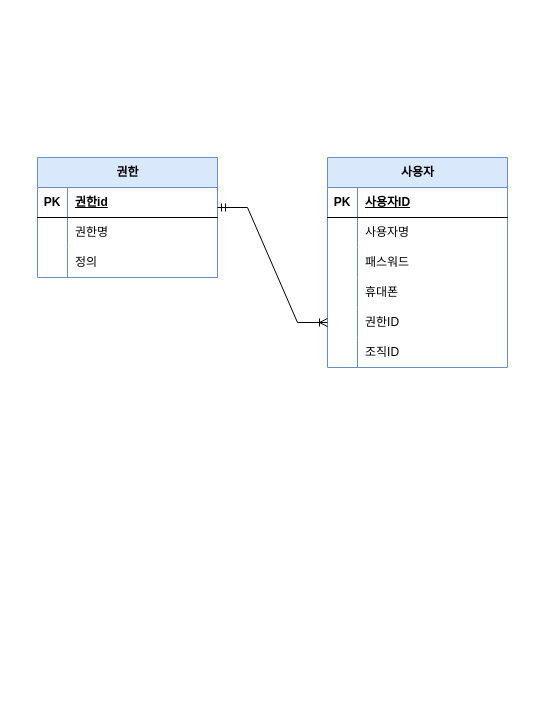
Before: page "페이지-3" (3 of 3) of 제목 없는 다이어그램.drawio in wishholic/ERD, a draw.io diagram. Source tidied: cells renumbered, new cells numbered last; positions are measured from the earlier drawing's top-left corner, leaving out a move shared by most shapes. Both pictures are drawn from the tidied source at 100%, with x=0, y=0 at pixel (37, 157).
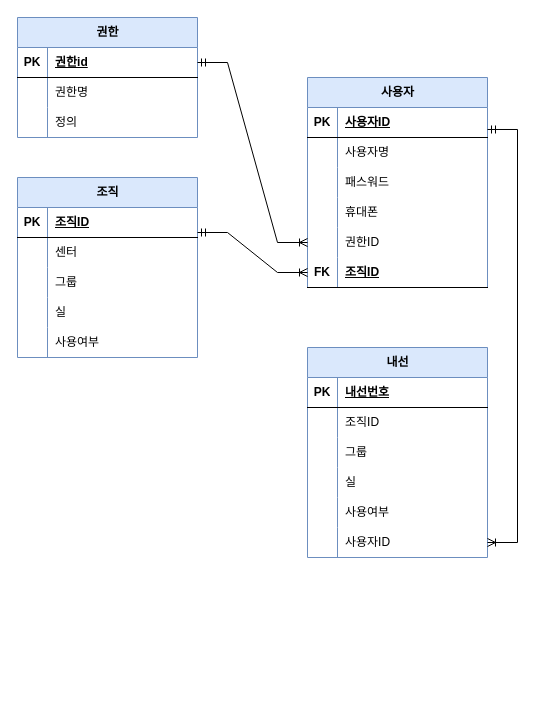
Above is the later version.

Commit message:
제목 없는 다이어그램.drawio 업데이트

The change refers to these unchanged cells:
```xml
<mxCell id="3" style="shape=tableRow;horizontal=0;startSize=0;swimlaneHead=0;swimlaneBody=0;fillColor=none;points=[[0,0.5],[1,0.5]];portConstraint=eastwest;top=0;left=0;right=0;bottom=1;" parent="2" vertex="1">
  <mxGeometry y="30" width="180" height="30" as="geometry" />
</mxCell>
<mxCell id="13" style="shape=tableRow;horizontal=0;startSize=0;swimlaneHead=0;swimlaneBody=0;fillColor=none;points=[[0,0.5],[1,0.5]];portConstraint=eastwest;top=0;left=0;right=0;bottom=1;" parent="12" vertex="1">
  <mxGeometry y="30" width="180" height="30" as="geometry" />
</mxCell>
```

What changed in the source:
```diff
@@
     <mxCell id="2" value="권한" style="shape=table;startSize=30;childLayout=tableLayout;rowLines=0;fontStyle=1;align=center;html=1;fillColor=#dae8fc;strokeColor=#6c8ebf;" parent="1" vertex="1">
-      <mxGeometry width="180" height="120" as="geometry" />
+      <mxGeometry x="-20" y="-140" width="180" height="120" as="geometry" />
     </mxCell>
@@
     <mxCell id="12" value="사용자" style="shape=table;startSize=30;childLayout=tableLayout;rowLines=0;fontStyle=1;align=center;html=1;fillColor=#dae8fc;strokeColor=#6c8ebf;" parent="1" vertex="1">
-      <mxGeometry x="290" width="180" height="210" as="geometry" />
+      <mxGeometry x="270" y="-80" width="180" height="210" as="geometry" />
     </mxCell>
@@
-    <mxCell id="25" style="shape=tableRow;horizontal=0;startSize=0;swimlaneHead=0;swimlaneBody=0;fillColor=none;points=[[0,0.5],[1,0.5]];portConstraint=eastwest;top=0;left=0;right=0;bottom=0;" parent="12" vertex="1">
-      <mxGeometry y="150" width="180" height="30" as="geometry" />
-    </mxCell>
-    <mxCell id="26" style="shape=partialRectangle;fillColor=none;top=0;left=0;bottom=0;right=0;overflow=hidden;whiteSpace=wrap;html=1;" parent="25" vertex="1">
-      <mxGeometry width="30" height="30" as="geometry" />
-    </mxCell>
-    <mxCell id="27" value="권한ID" style="shape=partialRectangle;fillColor=none;top=0;left=0;bottom=0;right=0;align=left;spacingLeft=6;overflow=hidden;whiteSpace=wrap;html=1;" parent="25" vertex="1">
-      <mxGeometry x="30" width="150" height="30" as="geometry" />
-    </mxCell>
     <mxCell id="28" style="shape=tableRow;horizontal=0;startSize=0;swimlaneHead=0;swimlaneBody=0;fillColor=none;points=[[0,0.5],[1,0.5]];portConstraint=eastwest;top=0;left=0;right=0;bottom=0;" parent="12" vertex="1">
-      <mxGeometry y="180" width="180" height="30" as="geometry" />
+      <mxGeometry y="150" width="180" height="30" as="geometry" />
     </mxCell>
@@
-    <mxCell id="30" value="조직ID" style="shape=partialRectangle;fillColor=none;top=0;left=0;bottom=0;right=0;align=left;spacingLeft=6;overflow=hidden;whiteSpace=wrap;html=1;" parent="28" vertex="1">
+    <mxCell id="30" value="권한ID" style="shape=partialRectangle;fillColor=none;top=0;left=0;bottom=0;right=0;align=left;spacingLeft=6;overflow=hidden;whiteSpace=wrap;html=1;" parent="28" vertex="1">
       <mxGeometry x="30" width="150" height="30" as="geometry" />
     </mxCell>
+    <mxCell id="32" style="shape=tableRow;horizontal=0;startSize=0;swimlaneHead=0;swimlaneBody=0;fillColor=none;points=[[0,0.5],[1,0.5]];portConstraint=eastwest;top=0;left=0;right=0;bottom=1;" parent="12" vertex="1">
+      <mxGeometry y="180" width="180" height="30" as="geometry" />
+    </mxCell>
+    <mxCell id="33" value="FK" style="shape=partialRectangle;fillColor=none;top=0;left=0;bottom=0;right=0;fontStyle=1;overflow=hidden;whiteSpace=wrap;html=1;" parent="32" vertex="1">
+      <mxGeometry width="30" height="30" as="geometry" />
+    </mxCell>
+    <mxCell id="34" value="조직ID" style="shape=partialRectangle;fillColor=none;top=0;left=0;bottom=0;right=0;align=left;spacingLeft=6;fontStyle=5;overflow=hidden;whiteSpace=wrap;html=1;" parent="32" vertex="1">
+      <mxGeometry x="30" width="150" height="30" as="geometry" />
+    </mxCell>
-    <mxCell id="31" style="edgeStyle=entityRelationEdgeStyle;fontSize=12;html=1;endArrow=ERoneToMany;startArrow=ERmandOne;rounded=0;entryX=0;entryY=0.5;entryDx=0;entryDy=0;" parent="1" edge="1" target="25">
-      <mxGeometry relative="1" as="geometry">
-        <mxPoint x="180" y="50" as="sourcePoint" />
-      </mxGeometry>
+    <mxCell id="31" style="edgeStyle=entityRelationEdgeStyle;fontSize=12;html=1;endArrow=ERoneToMany;startArrow=ERmandOne;rounded=0;entryX=0;entryY=0.5;entryDx=0;entryDy=0;exitX=1;exitY=0.5;exitDx=0;exitDy=0;" parent="1" edge="1" source="3" target="28">
+      <mxGeometry relative="1" as="geometry" />
     </mxCell>
+    <mxCell id="35" style="edgeStyle=orthogonalEdgeStyle;rounded=0;orthogonalLoop=1;jettySize=auto;html=1;" parent="1" edge="1">
+      <mxGeometry relative="1" as="geometry">
+        <mxPoint x="380" y="540" as="sourcePoint" />
+        <mxPoint x="380" y="540" as="targetPoint" />
+      </mxGeometry>
+    </mxCell>
+    <mxCell id="36" value="조직" style="shape=table;startSize=30;childLayout=tableLayout;rowLines=0;fontStyle=1;align=center;html=1;fillColor=#dae8fc;strokeColor=#6c8ebf;" parent="1" vertex="1">
+      <mxGeometry x="-20" y="20" width="180" height="180" as="geometry" />
+    </mxCell>
+    <mxCell id="37" style="shape=tableRow;horizontal=0;startSize=0;swimlaneHead=0;swimlaneBody=0;fillColor=none;top=0;left=0;right=0;bottom=1;" parent="36" vertex="1">
+      <mxGeometry y="30" width="180" height="30" as="geometry" />
+    </mxCell>
+    <mxCell id="38" value="PK" style="shape=partialRectangle;fillColor=none;top=0;left=0;bottom=0;right=0;fontStyle=1;overflow=hidden;whiteSpace=wrap;html=1;" parent="37" vertex="1">
+      <mxGeometry width="30" height="30" as="geometry" />
+    </mxCell>
+    <mxCell id="39" value="조직ID" style="shape=partialRectangle;fillColor=none;top=0;left=0;bottom=0;right=0;align=left;spacingLeft=6;fontStyle=5;overflow=hidden;whiteSpace=wrap;html=1;" parent="37" vertex="1">
+      <mxGeometry x="30" width="150" height="30" as="geometry" />
+    </mxCell>
+    <mxCell id="40" style="shape=tableRow;horizontal=0;startSize=0;swimlaneHead=0;swimlaneBody=0;fillColor=none;top=0;left=0;right=0;bottom=0;" parent="36" vertex="1">
+      <mxGeometry y="60" width="180" height="30" as="geometry" />
+    </mxCell>
+    <mxCell id="41" style="shape=partialRectangle;fillColor=none;top=0;left=0;bottom=0;right=0;overflow=hidden;whiteSpace=wrap;html=1;" parent="40" vertex="1">
+      <mxGeometry width="30" height="30" as="geometry" />
+    </mxCell>
+    <mxCell id="42" value="센터" style="shape=partialRectangle;fillColor=none;top=0;left=0;bottom=0;right=0;align=left;spacingLeft=6;overflow=hidden;whiteSpace=wrap;html=1;" parent="40" vertex="1">
+      <mxGeometry x="30" width="150" height="30" as="geometry" />
+    </mxCell>
+    <mxCell id="43" style="shape=tableRow;horizontal=0;startSize=0;swimlaneHead=0;swimlaneBody=0;fillColor=none;top=0;left=0;right=0;bottom=0;" parent="36" vertex="1">
+      <mxGeometry y="90" width="180" height="30" as="geometry" />
+    </mxCell>
+    <mxCell id="44" style="shape=partialRectangle;fillColor=none;top=0;left=0;bottom=0;right=0;overflow=hidden;whiteSpace=wrap;html=1;" parent="43" vertex="1">
+      <mxGeometry width="30" height="30" as="geometry" />
+    </mxCell>
+    <mxCell id="45" value="그룹" style="shape=partialRectangle;fillColor=none;top=0;left=0;bottom=0;right=0;align=left;spacingLeft=6;overflow=hidden;whiteSpace=wrap;html=1;" parent="43" vertex="1">
+      <mxGeometry x="30" width="150" height="30" as="geometry" />
+    </mxCell>
+    <mxCell id="46" style="shape=tableRow;horizontal=0;startSize=0;swimlaneHead=0;swimlaneBody=0;fillColor=none;top=0;left=0;right=0;bottom=0;" parent="36" vertex="1">
+      <mxGeometry y="120" width="180" height="30" as="geometry" />
+    </mxCell>
+    <mxCell id="47" style="shape=partialRectangle;fillColor=none;top=0;left=0;bottom=0;right=0;overflow=hidden;whiteSpace=wrap;html=1;" parent="46" vertex="1">
+      <mxGeometry width="30" height="30" as="geometry" />
+    </mxCell>
+    <mxCell id="48" value="실" style="shape=partialRectangle;fillColor=none;top=0;left=0;bottom=0;right=0;align=left;spacingLeft=6;overflow=hidden;whiteSpace=wrap;html=1;" parent="46" vertex="1">
+      <mxGeometry x="30" width="150" height="30" as="geometry" />
+    </mxCell>
+    <mxCell id="49" style="shape=tableRow;horizontal=0;startSize=0;swimlaneHead=0;swimlaneBody=0;fillColor=none;top=0;left=0;right=0;bottom=0;" parent="36" vertex="1">
+      <mxGeometry y="150" width="180" height="30" as="geometry" />
+    </mxCell>
+    <mxCell id="50" style="shape=partialRectangle;fillColor=none;top=0;left=0;bottom=0;right=0;overflow=hidden;whiteSpace=wrap;html=1;" parent="49" vertex="1">
+      <mxGeometry width="30" height="30" as="geometry" />
+    </mxCell>
+    <mxCell id="51" value="사용여부" style="shape=partialRectangle;fillColor=none;top=0;left=0;bottom=0;right=0;align=left;spacingLeft=6;overflow=hidden;whiteSpace=wrap;html=1;" parent="49" vertex="1">
+      <mxGeometry x="30" width="150" height="30" as="geometry" />
+    </mxCell>
+    <mxCell id="52" value="내선" style="shape=table;startSize=30;childLayout=tableLayout;rowLines=0;fontStyle=1;align=center;html=1;fillColor=#dae8fc;strokeColor=#6c8ebf;" parent="1" vertex="1">
+      <mxGeometry x="270" y="190" width="180" height="210" as="geometry" />
+    </mxCell>
+    <mxCell id="53" style="shape=tableRow;horizontal=0;startSize=0;swimlaneHead=0;swimlaneBody=0;fillColor=none;top=0;left=0;right=0;bottom=1;" parent="52" vertex="1">
+      <mxGeometry y="30" width="180" height="30" as="geometry" />
+    </mxCell>
+    <mxCell id="54" value="PK" style="shape=partialRectangle;fillColor=none;top=0;left=0;bottom=0;right=0;fontStyle=1;overflow=hidden;whiteSpace=wrap;html=1;" parent="53" vertex="1">
+      <mxGeometry width="30" height="30" as="geometry" />
+    </mxCell>
+    <mxCell id="55" value="내선번호" style="shape=partialRectangle;fillColor=none;top=0;left=0;bottom=0;right=0;align=left;spacingLeft=6;fontStyle=5;overflow=hidden;whiteSpace=wrap;html=1;" parent="53" vertex="1">
+      <mxGeometry x="30" width="150" height="30" as="geometry" />
+    </mxCell>
+    <mxCell id="56" style="shape=tableRow;horizontal=0;startSize=0;swimlaneHead=0;swimlaneBody=0;fillColor=none;top=0;left=0;right=0;bottom=0;" parent="52" vertex="1">
+      <mxGeometry y="60" width="180" height="30" as="geometry" />
+    </mxCell>
+    <mxCell id="57" style="shape=partialRectangle;fillColor=none;top=0;left=0;bottom=0;right=0;overflow=hidden;whiteSpace=wrap;html=1;" parent="56" vertex="1">
+      <mxGeometry width="30" height="30" as="geometry" />
+    </mxCell>
+    <mxCell id="58" value="조직ID" style="shape=partialRectangle;fillColor=none;top=0;left=0;bottom=0;right=0;align=left;spacingLeft=6;overflow=hidden;whiteSpace=wrap;html=1;" parent="56" vertex="1">
+      <mxGeometry x="30" width="150" height="30" as="geometry" />
+    </mxCell>
+    <mxCell id="59" style="shape=tableRow;horizontal=0;startSize=0;swimlaneHead=0;swimlaneBody=0;fillColor=none;top=0;left=0;right=0;bottom=0;" parent="52" vertex="1">
+      <mxGeometry y="90" width="180" height="30" as="geometry" />
+    </mxCell>
+    <mxCell id="60" style="shape=partialRectangle;fillColor=none;top=0;left=0;bottom=0;right=0;overflow=hidden;whiteSpace=wrap;html=1;" parent="59" vertex="1">
+      <mxGeometry width="30" height="30" as="geometry" />
+    </mxCell>
+    <mxCell id="61" value="그룹" style="shape=partialRectangle;fillColor=none;top=0;left=0;bottom=0;right=0;align=left;spacingLeft=6;overflow=hidden;whiteSpace=wrap;html=1;" parent="59" vertex="1">
+      <mxGeometry x="30" width="150" height="30" as="geometry" />
+    </mxCell>
+    <mxCell id="62" style="shape=tableRow;horizontal=0;startSize=0;swimlaneHead=0;swimlaneBody=0;fillColor=none;top=0;left=0;right=0;bottom=0;" parent="52" vertex="1">
+      <mxGeometry y="120" width="180" height="30" as="geometry" />
+    </mxCell>
+    <mxCell id="63" style="shape=partialRectangle;fillColor=none;top=0;left=0;bottom=0;right=0;overflow=hidden;whiteSpace=wrap;html=1;" parent="62" vertex="1">
+      <mxGeometry width="30" height="30" as="geometry" />
+    </mxCell>
+    <mxCell id="64" value="실" style="shape=partialRectangle;fillColor=none;top=0;left=0;bottom=0;right=0;align=left;spacingLeft=6;overflow=hidden;whiteSpace=wrap;html=1;" parent="62" vertex="1">
+      <mxGeometry x="30" width="150" height="30" as="geometry" />
+    </mxCell>
+    <mxCell id="65" style="shape=tableRow;horizontal=0;startSize=0;swimlaneHead=0;swimlaneBody=0;fillColor=none;top=0;left=0;right=0;bottom=0;" parent="52" vertex="1">
+      <mxGeometry y="150" width="180" height="30" as="geometry" />
+    </mxCell>
+    <mxCell id="66" style="shape=partialRectangle;fillColor=none;top=0;left=0;bottom=0;right=0;overflow=hidden;whiteSpace=wrap;html=1;" parent="65" vertex="1">
+      <mxGeometry width="30" height="30" as="geometry" />
+    </mxCell>
+    <mxCell id="67" value="사용여부" style="shape=partialRectangle;fillColor=none;top=0;left=0;bottom=0;right=0;align=left;spacingLeft=6;overflow=hidden;whiteSpace=wrap;html=1;" parent="65" vertex="1">
+      <mxGeometry x="30" width="150" height="30" as="geometry" />
+    </mxCell>
+    <mxCell id="68" style="shape=tableRow;horizontal=0;startSize=0;swimlaneHead=0;swimlaneBody=0;fillColor=none;points=[[0,0.5],[1,0.5]];portConstraint=eastwest;top=0;left=0;right=0;bottom=0;" parent="52" vertex="1">
+      <mxGeometry y="180" width="180" height="30" as="geometry" />
+    </mxCell>
+    <mxCell id="69" style="shape=partialRectangle;fillColor=none;top=0;left=0;bottom=0;right=0;overflow=hidden;whiteSpace=wrap;html=1;" parent="68" vertex="1">
+      <mxGeometry width="30" height="30" as="geometry" />
+    </mxCell>
+    <mxCell id="70" value="사용자ID" style="shape=partialRectangle;fillColor=none;top=0;left=0;bottom=0;right=0;align=left;spacingLeft=6;overflow=hidden;whiteSpace=wrap;html=1;" parent="68" vertex="1">
+      <mxGeometry x="30" width="150" height="30" as="geometry" />
+    </mxCell>
+    <mxCell id="71" style="edgeStyle=entityRelationEdgeStyle;fontSize=12;html=1;endArrow=ERoneToMany;startArrow=ERmandOne;rounded=0;exitX=1;exitY=0.5;exitDx=0;exitDy=0;entryX=0;entryY=0.5;entryDx=0;entryDy=0;" parent="1" edge="1" target="32">
+      <mxGeometry relative="1" as="geometry">
+        <mxPoint x="160" y="75" as="sourcePoint" />
+        <Array as="points">
+          <mxPoint x="170" y="80" />
+        </Array>
+      </mxGeometry>
+    </mxCell>
+    <mxCell id="72" style="edgeStyle=entityRelationEdgeStyle;fontSize=12;html=1;endArrow=ERoneToMany;startArrow=ERmandOne;rounded=0;fontFamily=Helvetica;fontColor=default;fontStyle=1;entryX=1;entryY=0.5;entryDx=0;entryDy=0;exitX=1;exitY=0.733;exitDx=0;exitDy=0;exitPerimeter=0;" parent="1" edge="1" source="13" target="68">
+      <mxGeometry relative="1" as="geometry" />
+    </mxCell>
```
